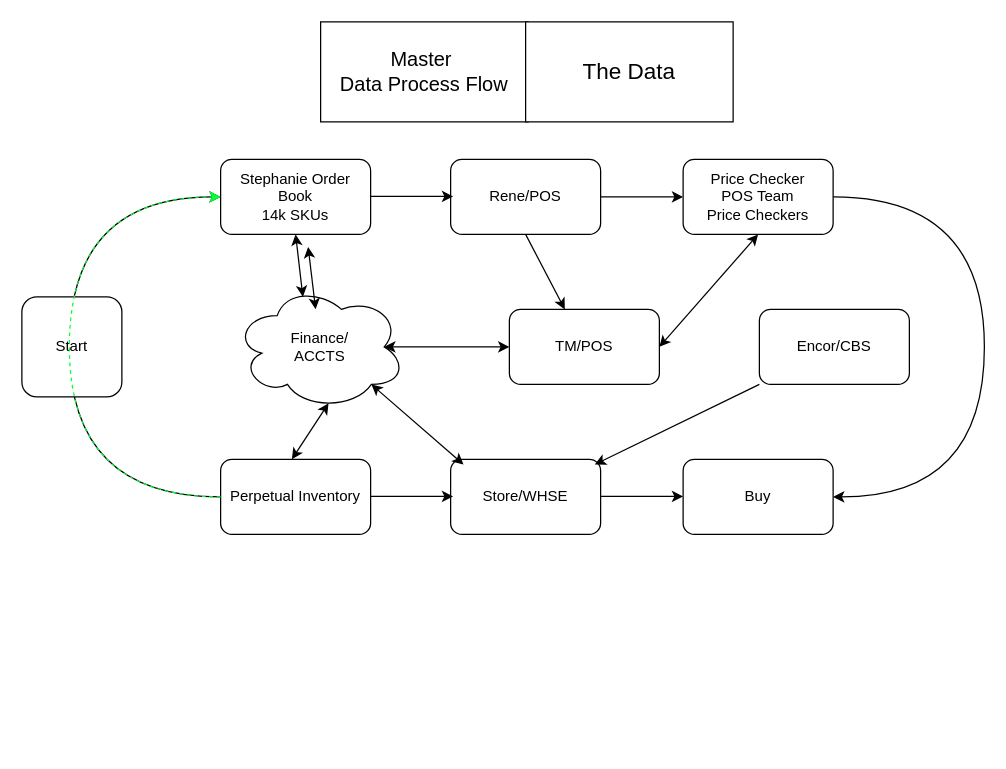
The draw.io diagram updated.drawio in devkthines/draw_io_diagrams, before the edit. Source tidied: cells renumbered, new cells numbered last; positions are measured from the earlier drawing's top-left corner, leaving out a move shared by most shapes. Both pictures are drawn from the tidied source at 125%, with x=0, y=0 at pixel (21, 21).
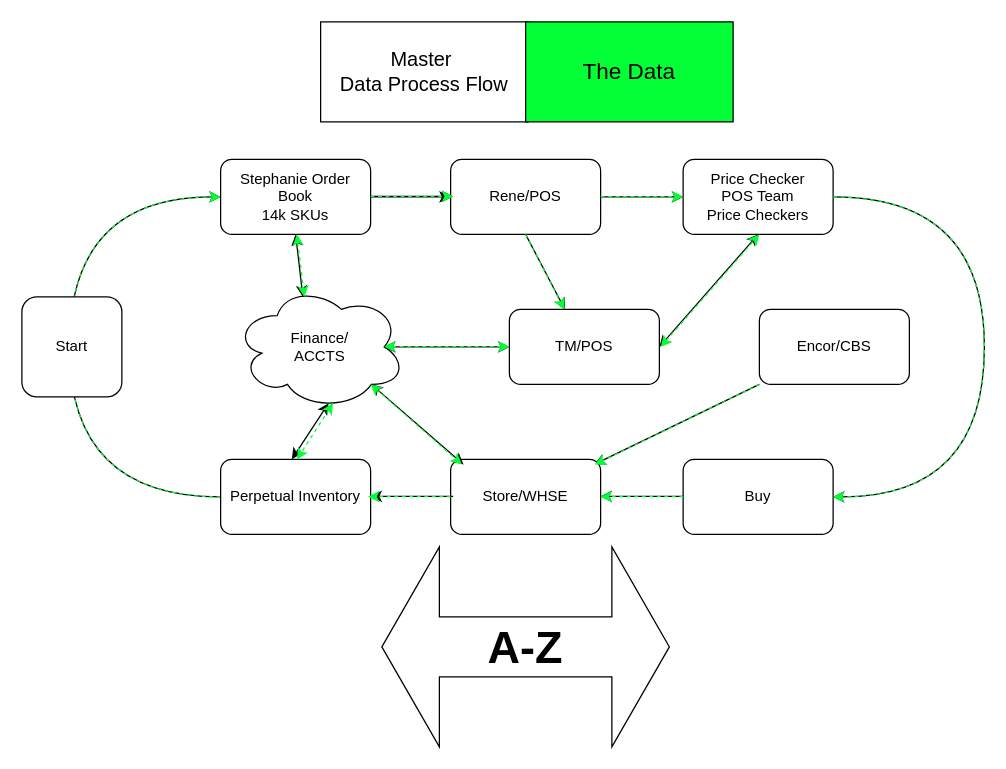
Above is the later version.

The change refers to these unchanged cells:
```xml
<mxCell id="4" value="Stephanie Order Book&lt;div&gt;14k SKUs&lt;/div&gt;" style="rounded=1;whiteSpace=wrap;html=1;" parent="1" vertex="1">
  <mxGeometry x="159" y="110" width="120" height="60" as="geometry" />
</mxCell>
<mxCell id="5" value="Rene/POS" style="rounded=1;whiteSpace=wrap;html=1;" parent="1" vertex="1">
  <mxGeometry x="343" y="110" width="120" height="60" as="geometry" />
</mxCell>
<mxCell id="8" value="Store/WHSE" style="rounded=1;whiteSpace=wrap;html=1;" parent="1" vertex="1">
  <mxGeometry x="343" y="350" width="120" height="60" as="geometry" />
</mxCell>
<mxCell id="12" value="Encor/CBS" style="rounded=1;whiteSpace=wrap;html=1;" parent="1" vertex="1">
  <mxGeometry x="590" y="230" width="120" height="60" as="geometry" />
</mxCell>
```

Change to the diagram source:
```diff
@@
+    <mxCell id="29" style="endArrow=classic;html=1;rounded=0;entryX=0.961;entryY=0.069;entryDx=0;entryDy=0;entryPerimeter=0;exitX=0;exitY=1;exitDx=0;exitDy=0;strokeColor=default;" parent="1" edge="1">
+      <mxGeometry relative="1" as="geometry">
+        <mxPoint x="590" y="290" as="sourcePoint" />
+        <mxPoint x="458" y="354" as="targetPoint" />
+      </mxGeometry>
+    </mxCell>
+    <mxCell id="18" style="endArrow=classic;html=1;rounded=0;entryX=1;entryY=0.5;entryDx=0;entryDy=0;edgeStyle=orthogonalEdgeStyle;curved=1;exitX=1;exitY=0.5;exitDx=0;exitDy=0;" parent="1" edge="1">
+      <mxGeometry relative="1" as="geometry">
+        <mxPoint x="159" y="380" as="sourcePoint" />
+        <mxPoint x="159" y="140" as="targetPoint" />
+        <Array as="points">
+          <mxPoint x="38" y="380" />
+          <mxPoint x="38" y="140" />
+        </Array>
+      </mxGeometry>
+    </mxCell>
+    <mxCell id="27" style="endArrow=classic;html=1;rounded=0;entryX=1;entryY=0.5;entryDx=0;entryDy=0;edgeStyle=orthogonalEdgeStyle;curved=1;exitX=1;exitY=0.5;exitDx=0;exitDy=0;dashed=1;strokeColor=#03FF35;" parent="1" edge="1">
+      <mxGeometry relative="1" as="geometry">
+        <mxPoint x="159" y="380" as="sourcePoint" />
+        <mxPoint x="159" y="140" as="targetPoint" />
+        <Array as="points">
+          <mxPoint x="38" y="380" />
+          <mxPoint x="38" y="140" />
+        </Array>
+      </mxGeometry>
+    </mxCell>
@@
-    <mxCell id="3" value="&lt;font style=&quot;font-size: 18px;&quot;&gt;The Data&lt;/font&gt;" style="rounded=0;whiteSpace=wrap;html=1;" parent="1" vertex="1">
+    <mxCell id="3" value="&lt;font style=&quot;font-size: 18px;&quot;&gt;The Data&lt;/font&gt;" style="rounded=0;whiteSpace=wrap;html=1;fillColor=#03FF35;strokeColor=default;" parent="1" vertex="1">
       <mxGeometry x="403" width="166" height="80" as="geometry" />
     </mxCell>
+    <mxCell id="30" style="edgeStyle=orthogonalEdgeStyle;rounded=0;jettySize=auto;html=1;" parent="1" edge="1" source="4" target="5">
+      <mxGeometry relative="1" as="geometry" />
+    </mxCell>
@@
     <mxCell id="16" style="endArrow=classic;html=1;rounded=0;" parent="1" edge="1">
       <mxGeometry relative="1" as="geometry">
-        <mxPoint x="463" y="379.6" as="sourcePoint" />
-        <mxPoint x="529" y="379.6" as="targetPoint" />
+        <mxPoint x="529" y="379.6" as="sourcePoint" />
+        <mxPoint x="463" y="379.6" as="targetPoint" />
       </mxGeometry>
     </mxCell>
     <mxCell id="17" style="endArrow=classic;html=1;rounded=0;" parent="1" edge="1">
       <mxGeometry relative="1" as="geometry">
-        <mxPoint x="279" y="379.6" as="sourcePoint" />
-        <mxPoint x="345" y="379.6" as="targetPoint" />
+        <mxPoint x="345" y="379.6" as="sourcePoint" />
+        <mxPoint x="279" y="379.6" as="targetPoint" />
       </mxGeometry>
     </mxCell>
-    <mxCell id="18" style="endArrow=classic;html=1;rounded=0;entryX=1;entryY=0.5;entryDx=0;entryDy=0;edgeStyle=orthogonalEdgeStyle;curved=1;exitX=1;exitY=0.5;exitDx=0;exitDy=0;" parent="1" edge="1">
-      <mxGeometry relative="1" as="geometry">
-        <mxPoint x="159" y="380" as="sourcePoint" />
-        <mxPoint x="159" y="140" as="targetPoint" />
-        <Array as="points">
-          <mxPoint x="38" y="380" />
-          <mxPoint x="38" y="140" />
-        </Array>
-      </mxGeometry>
-    </mxCell>
@@
-    <mxCell id="20" style="endArrow=classic;html=1;rounded=0;entryX=0.961;entryY=0.069;entryDx=0;entryDy=0;entryPerimeter=0;exitX=0;exitY=1;exitDx=0;exitDy=0;" parent="1" edge="1" source="12" target="8">
+    <mxCell id="20" style="endArrow=classic;html=1;rounded=0;entryX=0.961;entryY=0.069;entryDx=0;entryDy=0;entryPerimeter=0;exitX=0;exitY=1;exitDx=0;exitDy=0;strokeColor=#03FF35;dashed=1;" parent="1" edge="1" source="12" target="8">
       <mxGeometry relative="1" as="geometry" />
     </mxCell>
@@
-    <mxCell id="27" style="endArrow=classic;html=1;rounded=0;entryX=1;entryY=0.5;entryDx=0;entryDy=0;edgeStyle=orthogonalEdgeStyle;curved=1;exitX=1;exitY=0.5;exitDx=0;exitDy=0;dashed=1;strokeColor=#03FF35;" parent="1" edge="1">
-      <mxGeometry relative="1" as="geometry">
-        <mxPoint x="159" y="380" as="sourcePoint" />
-        <mxPoint x="159" y="140" as="targetPoint" />
-        <Array as="points">
-          <mxPoint x="38" y="380" />
-          <mxPoint x="38" y="140" />
-        </Array>
-      </mxGeometry>
-    </mxCell>
-    <mxCell id="28" style="endArrow=classic;startArrow=classic;html=1;rounded=0;exitX=0.5;exitY=1;exitDx=0;exitDy=0;entryX=0.4;entryY=0.1;entryDx=0;entryDy=0;entryPerimeter=0;" parent="1" edge="1">
+    <mxCell id="28" style="endArrow=classic;startArrow=classic;html=1;rounded=0;exitX=0.5;exitY=1;exitDx=0;exitDy=0;entryX=0.4;entryY=0.1;entryDx=0;entryDy=0;entryPerimeter=0;strokeColor=#03FF35;dashed=1;" parent="1" edge="1">
       <mxGeometry relative="1" as="geometry">
-        <mxPoint x="229" y="180" as="sourcePoint" />
-        <mxPoint x="235" y="230" as="targetPoint" />
+        <mxPoint x="220" y="170" as="sourcePoint" />
+        <mxPoint x="226" y="220" as="targetPoint" />
       </mxGeometry>
     </mxCell>
+    <mxCell id="31" style="endArrow=classic;html=1;rounded=0;dashed=1;strokeColor=#03FF35;" parent="1" edge="1">
+      <mxGeometry relative="1" as="geometry">
+        <mxPoint x="279" y="139.6" as="sourcePoint" />
+        <mxPoint x="345" y="139.6" as="targetPoint" />
+      </mxGeometry>
+    </mxCell>
+    <mxCell id="32" style="endArrow=classic;html=1;rounded=0;strokeColor=#03FF35;dashed=1;" parent="1" edge="1">
+      <mxGeometry relative="1" as="geometry">
+        <mxPoint x="463" y="139.8" as="sourcePoint" />
+        <mxPoint x="529" y="139.8" as="targetPoint" />
+      </mxGeometry>
+    </mxCell>
+    <mxCell id="33" style="endArrow=classic;html=1;rounded=0;exitX=0.5;exitY=1;exitDx=0;exitDy=0;strokeColor=#03FF35;dashed=1;" parent="1" edge="1">
+      <mxGeometry relative="1" as="geometry">
+        <mxPoint x="403" y="170" as="sourcePoint" />
+        <mxPoint x="434" y="230" as="targetPoint" />
+      </mxGeometry>
+    </mxCell>
+    <mxCell id="34" style="endArrow=classic;startArrow=classic;html=1;rounded=0;entryX=0.5;entryY=1;entryDx=0;entryDy=0;dashed=1;strokeColor=#03FF35;" parent="1" edge="1">
+      <mxGeometry relative="1" as="geometry">
+        <mxPoint x="511" y="260" as="sourcePoint" />
+        <mxPoint x="590" y="170" as="targetPoint" />
+      </mxGeometry>
+    </mxCell>
+    <mxCell id="35" style="endArrow=classic;html=1;rounded=0;entryX=1;entryY=0.5;entryDx=0;entryDy=0;edgeStyle=orthogonalEdgeStyle;curved=1;exitX=1;exitY=0.5;exitDx=0;exitDy=0;strokeColor=#03FF35;dashed=1;" parent="1" edge="1">
+      <mxGeometry relative="1" as="geometry">
+        <mxPoint x="649" y="140" as="sourcePoint" />
+        <mxPoint x="649" y="380" as="targetPoint" />
+        <Array as="points">
+          <mxPoint x="770" y="140" />
+          <mxPoint x="770" y="380" />
+        </Array>
+      </mxGeometry>
+    </mxCell>
+    <mxCell id="36" style="endArrow=classic;html=1;rounded=0;strokeColor=#03FF35;dashed=1;" parent="1" edge="1">
+      <mxGeometry relative="1" as="geometry">
+        <mxPoint x="529" y="379.8" as="sourcePoint" />
+        <mxPoint x="463" y="379.8" as="targetPoint" />
+      </mxGeometry>
+    </mxCell>
+    <mxCell id="37" style="endArrow=classic;html=1;rounded=0;strokeColor=#03FF35;dashed=1;" parent="1" edge="1">
+      <mxGeometry relative="1" as="geometry">
+        <mxPoint x="343" y="379.8" as="sourcePoint" />
+        <mxPoint x="277" y="379.8" as="targetPoint" />
+      </mxGeometry>
+    </mxCell>
+    <mxCell id="38" style="endArrow=classic;startArrow=classic;html=1;rounded=0;entryX=0;entryY=0.5;entryDx=0;entryDy=0;exitX=0.875;exitY=0.5;exitDx=0;exitDy=0;exitPerimeter=0;strokeColor=#03FF35;dashed=1;" parent="1" edge="1">
+      <mxGeometry relative="1" as="geometry">
+        <mxPoint x="290" y="259.8" as="sourcePoint" />
+        <mxPoint x="390" y="259.8" as="targetPoint" />
+      </mxGeometry>
+    </mxCell>
+    <mxCell id="39" style="endArrow=classic;startArrow=classic;html=1;rounded=0;exitX=0.8;exitY=0.8;exitDx=0;exitDy=0;entryX=0.086;entryY=0.069;entryDx=0;entryDy=0;entryPerimeter=0;exitPerimeter=0;strokeColor=#03FF35;dashed=1;" parent="1" edge="1">
+      <mxGeometry relative="1" as="geometry">
+        <mxPoint x="279" y="290" as="sourcePoint" />
+        <mxPoint x="352" y="354" as="targetPoint" />
+      </mxGeometry>
+    </mxCell>
+    <mxCell id="40" style="endArrow=classic;startArrow=classic;html=1;rounded=0;exitX=0.55;exitY=0.95;exitDx=0;exitDy=0;entryX=0.4;entryY=0.1;entryDx=0;entryDy=0;entryPerimeter=0;exitPerimeter=0;strokeColor=#03FF35;dashed=1;" parent="1" edge="1">
+      <mxGeometry relative="1" as="geometry">
+        <mxPoint x="249" y="305" as="sourcePoint" />
+        <mxPoint x="220" y="350" as="targetPoint" />
+      </mxGeometry>
+    </mxCell>
+    <mxCell id="41" value="&lt;font style=&quot;font-size: 36px;&quot;&gt;&lt;b&gt;A-Z&lt;/b&gt;&lt;/font&gt;" style="shape=doubleArrow;whiteSpace=wrap;html=1;" parent="1" vertex="1">
+      <mxGeometry x="288" y="420" width="230" height="160" as="geometry" />
+    </mxCell>
```
